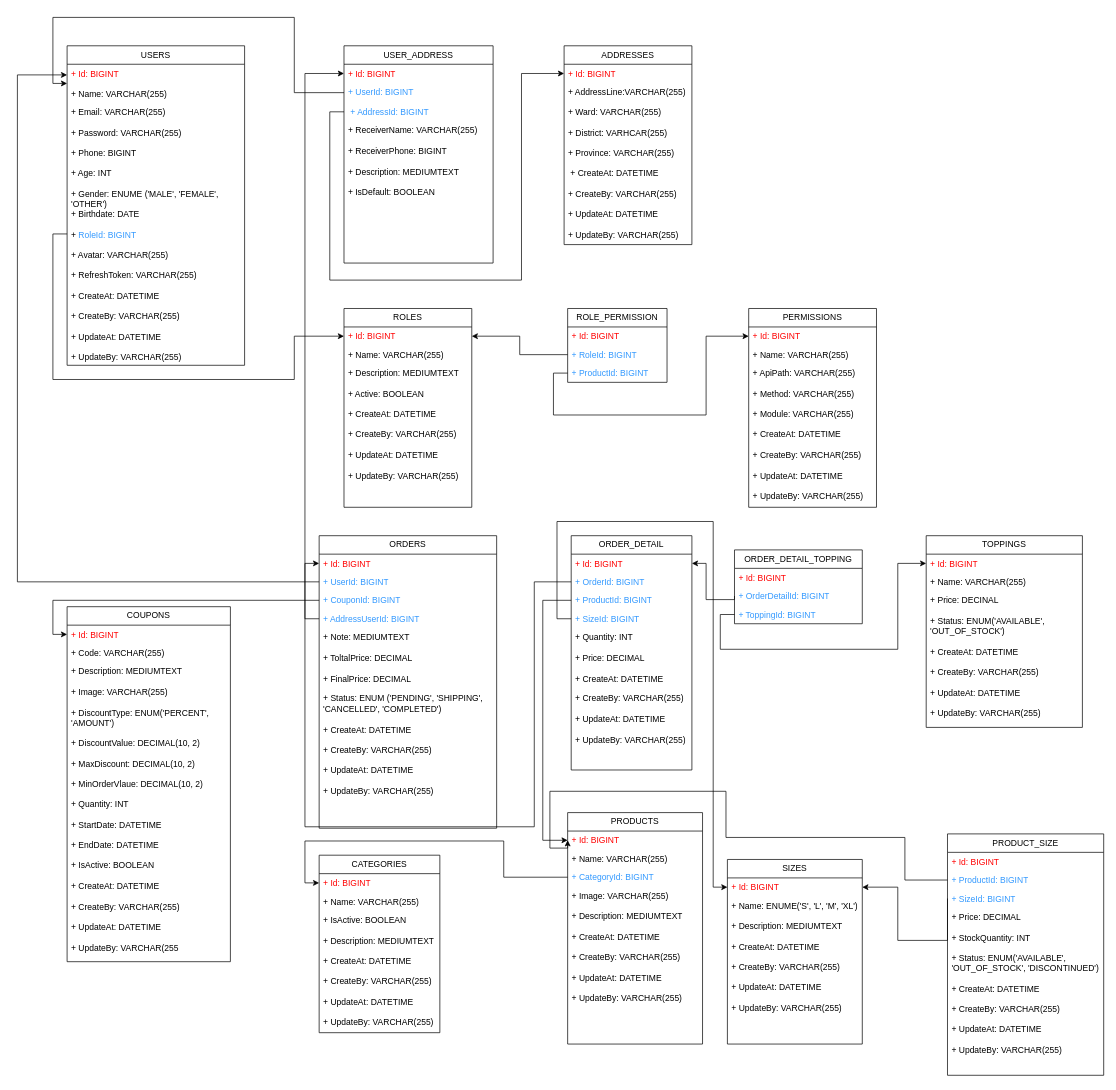
Above: page "Page-1" (2 of 5) of Untitled Diagram.drawio in TrinhHoa-23520508/class-diagram (draw.io), before the change. Source tidied: cells renumbered, new cells numbered last; positions are measured from the earlier drawing's top-left corner, leaving out a move shared by most shapes. Both pictures are drawn from the tidied source at 71%, with x=0, y=0 at pixel (17, 17).
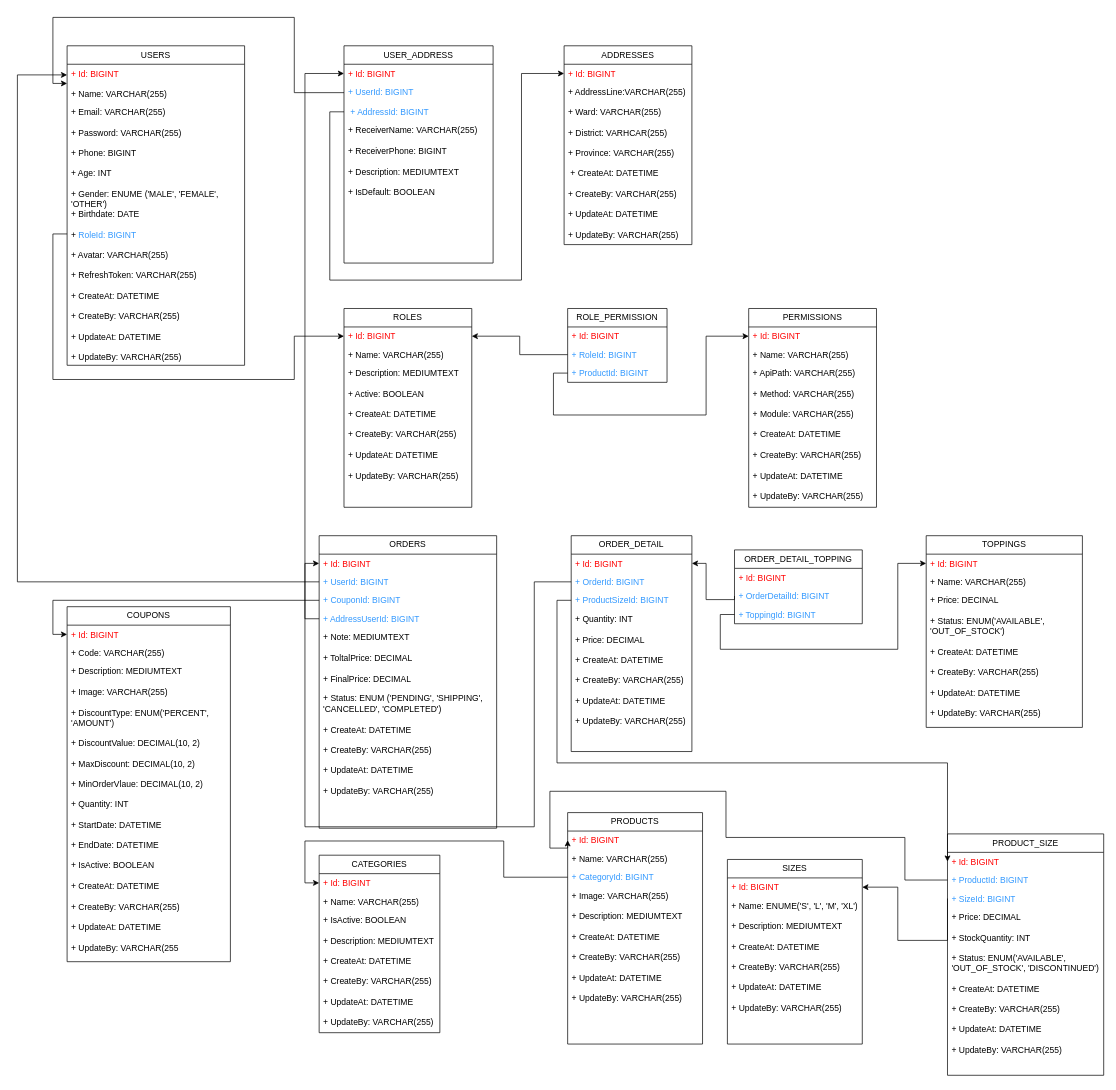
After the change.

Unchanged cells that the change refers to:
```xml
<mxCell id="6" value="&lt;span style=&quot;color: rgb(255, 0, 0);&quot;&gt;+ Id: BIGINT&lt;/span&gt;" style="text;strokeColor=none;fillColor=none;align=left;verticalAlign=top;spacingLeft=4;spacingRight=4;overflow=hidden;points=[[0,0.5],[1,0.5]];portConstraint=eastwest;whiteSpace=wrap;html=1;" parent="5" vertex="1">
  <mxGeometry y="26" width="190" height="26" as="geometry" />
</mxCell>
<mxCell id="11" value="&lt;font style=&quot;color: rgb(255, 0, 0);&quot;&gt;+ Id: BIGINT&lt;/font&gt;" style="text;strokeColor=none;fillColor=none;align=left;verticalAlign=top;spacingLeft=4;spacingRight=4;overflow=hidden;points=[[0,0.5],[1,0.5]];portConstraint=eastwest;whiteSpace=wrap;html=1;" parent="10" vertex="1">
  <mxGeometry y="26" width="190" height="26" as="geometry" />
</mxCell>
<mxCell id="14" value="&lt;span style=&quot;color: rgb(255, 0, 0);&quot;&gt;+ Id: BIGINT&lt;/span&gt;" style="text;strokeColor=none;fillColor=none;align=left;verticalAlign=top;spacingLeft=4;spacingRight=4;overflow=hidden;points=[[0,0.5],[1,0.5]];portConstraint=eastwest;whiteSpace=wrap;html=1;" parent="13" vertex="1">
  <mxGeometry y="26" width="220" height="26" as="geometry" />
</mxCell>
```

Diff of the diagram source:
```diff
@@
     <mxCell id="40" value="ORDER_DETAIL" style="swimlane;fontStyle=0;horizontal=1;startSize=26;fillColor=none;whiteSpace=wrap;html=1;" parent="1" vertex="1">
-      <mxGeometry x="780" y="730" width="170" height="330" as="geometry" />
+      <mxGeometry x="780" y="730" width="170" height="304" as="geometry" />
     </mxCell>
@@
-    <mxCell id="43" value="&lt;font style=&quot;color: rgb(51, 153, 255);&quot;&gt;+ ProductId: BIGINT&lt;/font&gt;" style="text;strokeColor=none;fillColor=none;align=left;verticalAlign=top;spacingLeft=4;spacingRight=4;overflow=hidden;points=[[0,0.5],[1,0.5]];portConstraint=eastwest;whiteSpace=wrap;html=1;" parent="40" vertex="1">
+    <mxCell id="43" value="&lt;font style=&quot;color: rgb(51, 153, 255);&quot;&gt;+ ProductSizeId: BIGINT&lt;/font&gt;" style="text;strokeColor=none;fillColor=none;align=left;verticalAlign=top;spacingLeft=4;spacingRight=4;overflow=hidden;points=[[0,0.5],[1,0.5]];portConstraint=eastwest;whiteSpace=wrap;html=1;" parent="40" vertex="1">
       <mxGeometry y="78" width="170" height="26" as="geometry" />
     </mxCell>
-    <mxCell id="44" value="&lt;font style=&quot;color: rgb(51, 153, 255);&quot;&gt;+ SizeId: BIGINT&lt;/font&gt;" style="text;strokeColor=none;fillColor=none;align=left;verticalAlign=top;spacingLeft=4;spacingRight=4;overflow=hidden;points=[[0,0.5],[1,0.5]];portConstraint=eastwest;whiteSpace=wrap;html=1;" parent="40" vertex="1">
-      <mxGeometry y="104" width="170" height="26" as="geometry" />
-    </mxCell>
     <mxCell id="45" value="&lt;div&gt;&lt;span style=&quot;background-color: transparent; color: light-dark(rgb(0, 0, 0), rgb(255, 255, 255));&quot;&gt;+ Quantity: INT&lt;/span&gt;&lt;/div&gt;&lt;div&gt;&lt;br&gt;&lt;/div&gt;&lt;div&gt;+ Price: DECIMAL&lt;/div&gt;&lt;div&gt;&lt;br&gt;&lt;/div&gt;&lt;div&gt;&lt;div&gt;+ CreateAt: DATETIME&lt;/div&gt;&lt;div&gt;&lt;br&gt;&lt;/div&gt;&lt;div&gt;+ CreateBy: VARCHAR(255)&lt;/div&gt;&lt;div&gt;&lt;br&gt;&lt;/div&gt;&lt;div&gt;+ UpdateAt: DATETIME&lt;/div&gt;&lt;div&gt;&lt;br&gt;&lt;/div&gt;&lt;div&gt;+ UpdateBy: VARCHAR(255)&lt;/div&gt;&lt;/div&gt;" style="text;strokeColor=none;fillColor=none;align=left;verticalAlign=top;spacingLeft=4;spacingRight=4;overflow=hidden;whiteSpace=wrap;html=1;" parent="40" vertex="1">
-      <mxGeometry y="130" width="170" height="200" as="geometry" />
+      <mxGeometry y="104" width="170" height="200" as="geometry" />
     </mxCell>
@@
-    <mxCell id="68" style="edgeStyle=orthogonalEdgeStyle;rounded=0;jettySize=auto;html=1;exitX=0;exitY=0.5;exitDx=0;exitDy=0;entryX=0;entryY=0.5;entryDx=0;entryDy=0;" parent="1" edge="1" source="44" target="11">
-      <mxGeometry relative="1" as="geometry">
-        <Array as="points">
-          <mxPoint x="760" y="847" />
-          <mxPoint x="760" y="710" />
-          <mxPoint x="980" y="710" />
-          <mxPoint x="980" y="1225" />
-        </Array>
-      </mxGeometry>
-    </mxCell>
-    <mxCell id="69" style="edgeStyle=orthogonalEdgeStyle;rounded=0;jettySize=auto;html=1;exitX=0;exitY=0.5;exitDx=0;exitDy=0;entryX=0;entryY=0.5;entryDx=0;entryDy=0;" parent="1" edge="1" source="43" target="6">
-      <mxGeometry relative="1" as="geometry">
-        <Array as="points">
-          <mxPoint x="740" y="821" />
-          <mxPoint x="740" y="1159" />
-        </Array>
-      </mxGeometry>
-    </mxCell>
@@
+    <mxCell id="83" style="edgeStyle=orthogonalEdgeStyle;rounded=0;jettySize=auto;html=1;exitX=0;exitY=0.5;exitDx=0;exitDy=0;entryX=0;entryY=0.5;entryDx=0;entryDy=0;" parent="1" edge="1" source="43" target="14">
+      <mxGeometry relative="1" as="geometry">
+        <Array as="points">
+          <mxPoint x="760" y="821" />
+          <mxPoint x="760" y="1050" />
+          <mxPoint x="1310" y="1050" />
+        </Array>
+      </mxGeometry>
+    </mxCell>
```
